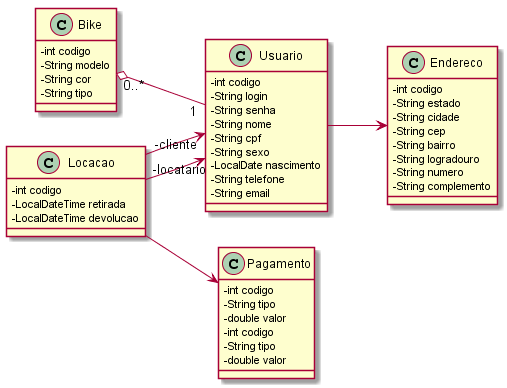
This is docs/vaidbike-classes.png from ifpe-cti/vaidbike, a PlantUML export, as it was before one commit.
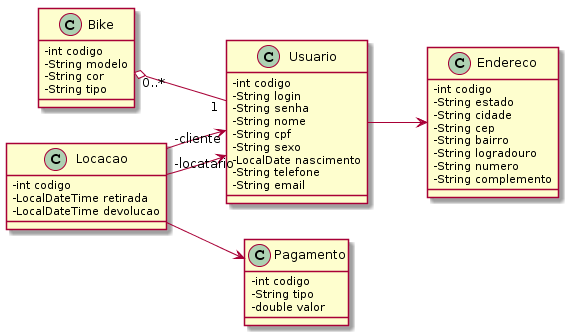
After the commit.

Commit message:
#25 Mudar o diagrama UML de classes para PlantUML

A classe pagamento estava com atributos repetidos.

The edit, as a diff of the source:
```diff
@@ -1,5 +1,4 @@
 @startuml
-
 left to right direction
 skinparam classAttributeIconSize 0
 
@@ -46,9 +45,7 @@
 }
 
 class Pagamento {
-  -int codigo
-  -String tipo
-  -double valor
+
 }
 
 Bike "0..*" o-- "1" Usuario
@@ -56,5 +53,4 @@
 Locacao --> "-locatario" Usuario
 Locacao --> "-cliente" Usuario
 Locacao --> Pagamento
-
 @enduml
```
